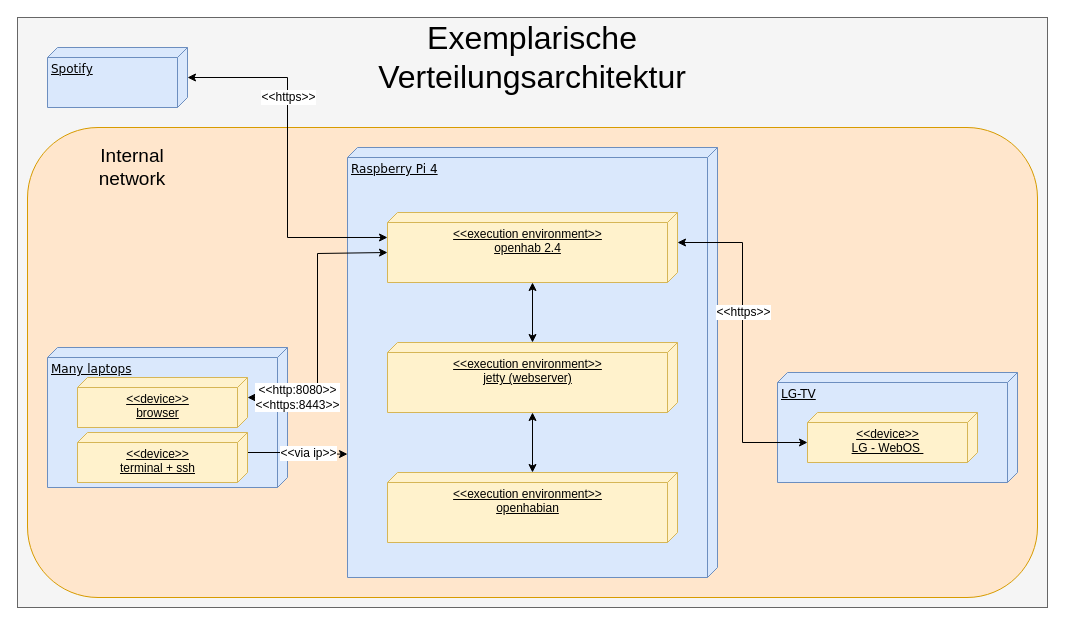
Before: vorlage-seminararbeiten-tex/figures/verteilungsarchitektur.drawio in LukasKiederle/seminar-sa-ws19-20, a draw.io diagram. Source tidied: cells renumbered, new cells numbered last; positions are measured from the earlier drawing's top-left corner, leaving out a move shared by most shapes. Both pictures are drawn from the tidied source at 100%, with x=0, y=0 at pixel (17, 17).
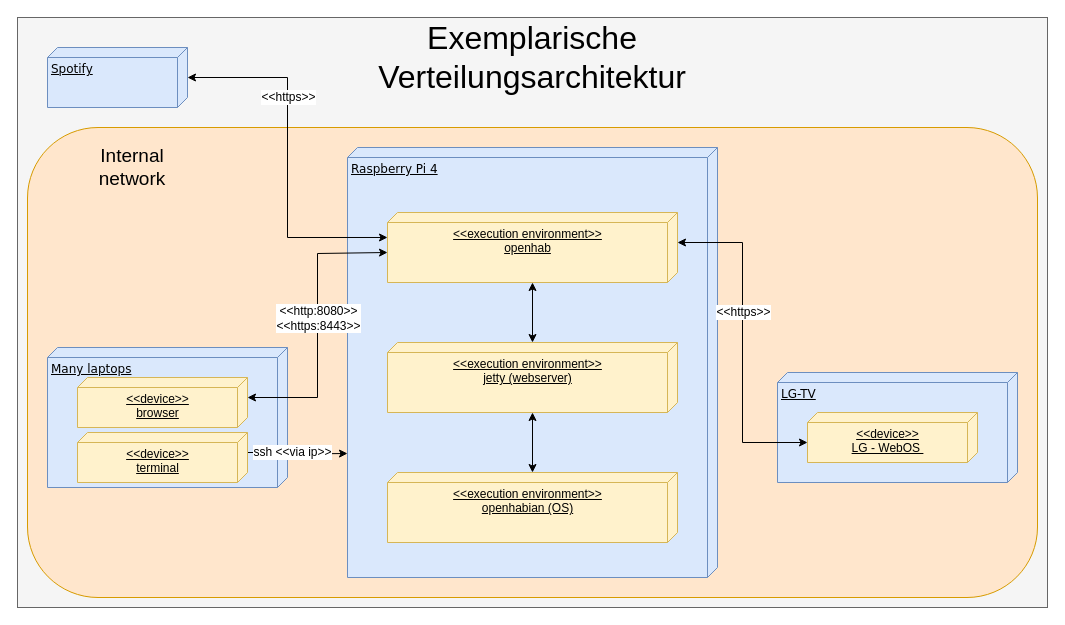
The same diagram, later.

The change refers to these unchanged cells:
```xml
<mxCell id="5" value="Raspberry Pi 4" style="verticalAlign=top;align=left;spacingTop=8;spacingLeft=2;spacingRight=12;shape=cube;size=10;direction=south;fontStyle=4;html=1;rounded=0;shadow=0;comic=0;labelBackgroundColor=none;strokeWidth=1;fontFamily=Verdana;fontSize=12;fillColor=#dae8fc;strokeColor=#6c8ebf;" parent="1" vertex="1">
  <mxGeometry x="330" y="130" width="370" height="430" as="geometry" />
</mxCell>
<mxCell id="14" style="edgeStyle=orthogonalEdgeStyle;rounded=0;jettySize=auto;html=1;exitX=0;exitY=0;exitDx=20;exitDy=0;exitPerimeter=0;entryX=0;entryY=0;entryDx=40;entryDy=290;entryPerimeter=0;startArrow=classic;startFill=1;" parent="1" edge="1" source="16" target="13">
  <mxGeometry relative="1" as="geometry">
    <Array as="points">
      <mxPoint x="300" y="380" />
      <mxPoint x="300" y="236" />
    </Array>
  </mxGeometry>
</mxCell>
```

Diff of the diagram source:
```diff
@@
-    <mxCell id="10" value="&amp;lt;&amp;lt;execution environment&amp;gt;&amp;gt;&lt;br&gt;openhabian" style="verticalAlign=top;align=center;spacingTop=8;spacingLeft=2;spacingRight=12;shape=cube;size=10;direction=south;fontStyle=4;html=1;fillColor=#fff2cc;strokeColor=#d6b656;" parent="1" vertex="1">
+    <mxCell id="10" value="&amp;lt;&amp;lt;execution environment&amp;gt;&amp;gt;&lt;br&gt;openhabian (OS)" style="verticalAlign=top;align=center;spacingTop=8;spacingLeft=2;spacingRight=12;shape=cube;size=10;direction=south;fontStyle=4;html=1;fillColor=#fff2cc;strokeColor=#d6b656;" parent="1" vertex="1">
       <mxGeometry x="370" y="455" width="290" height="70" as="geometry" />
     </mxCell>
@@
-    <mxCell id="13" value="&amp;lt;&amp;lt;execution environment&amp;gt;&amp;gt;&lt;br&gt;openhab 2.4" style="verticalAlign=top;align=center;spacingTop=8;spacingLeft=2;spacingRight=12;shape=cube;size=10;direction=south;fontStyle=4;html=1;fillColor=#fff2cc;strokeColor=#d6b656;" parent="1" vertex="1">
+    <mxCell id="13" value="&amp;lt;&amp;lt;execution environment&amp;gt;&amp;gt;&lt;br&gt;openhab" style="verticalAlign=top;align=center;spacingTop=8;spacingLeft=2;spacingRight=12;shape=cube;size=10;direction=south;fontStyle=4;html=1;fillColor=#fff2cc;strokeColor=#d6b656;" parent="1" vertex="1">
       <mxGeometry x="370" y="195" width="290" height="70" as="geometry" />
     </mxCell>
@@
     <mxCell id="15" value="&amp;lt;&amp;lt;http:8080&amp;gt;&amp;gt;&lt;br&gt;&amp;lt;&amp;lt;https:8443&amp;gt;&amp;gt;" style="text;html=1;align=center;verticalAlign=middle;labelBackgroundColor=#ffffff;" parent="14" vertex="1">
       <mxGeometry x="-0.19" y="11" relative="1" as="geometry">
-        <mxPoint x="-9.5" y="44.5" as="offset" />
+        <mxPoint x="11" y="-35" as="offset" />
       </mxGeometry>
     </mxCell>
@@
-    <mxCell id="17" style="edgeStyle=orthogonalEdgeStyle;rounded=0;jettySize=auto;html=1;exitX=0;exitY=0;exitDx=20;exitDy=0;exitPerimeter=0;entryX=0.713;entryY=1;entryDx=0;entryDy=0;entryPerimeter=0;" parent="1" edge="1" source="19" target="5">
-      <mxGeometry relative="1" as="geometry" />
+    <mxCell id="17" style="edgeStyle=orthogonalEdgeStyle;rounded=0;jettySize=auto;html=1;exitX=0;exitY=0;exitDx=20;exitDy=0;exitPerimeter=0;jumpSize=6;" parent="1" edge="1" source="19">
+      <mxGeometry relative="1" as="geometry">
+        <mxPoint x="330" y="436" as="targetPoint" />
+      </mxGeometry>
     </mxCell>
-    <mxCell id="18" value="&amp;lt;&amp;lt;via ip&amp;gt;&amp;gt;" style="text;html=1;align=center;verticalAlign=middle;labelBackgroundColor=#ffffff;" parent="17" vertex="1">
-      <mxGeometry x="0.23" y="1" relative="1" as="geometry" />
+    <mxCell id="18" value="ssh &amp;lt;&amp;lt;via ip&amp;gt;&amp;gt;" style="text;html=1;align=center;verticalAlign=middle;labelBackgroundColor=#ffffff;" parent="17" vertex="1">
+      <mxGeometry x="0.23" y="1" relative="1" as="geometry">
+        <mxPoint x="-16" y="-1" as="offset" />
+      </mxGeometry>
     </mxCell>
-    <mxCell id="19" value="&amp;lt;&amp;lt;device&amp;gt;&amp;gt;&lt;br&gt;terminal + ssh" style="verticalAlign=top;align=center;spacingTop=8;spacingLeft=2;spacingRight=12;shape=cube;size=10;direction=south;fontStyle=4;html=1;fillColor=#fff2cc;strokeColor=#d6b656;" parent="1" vertex="1">
+    <mxCell id="19" value="&amp;lt;&amp;lt;device&amp;gt;&amp;gt;&lt;br&gt;terminal" style="verticalAlign=top;align=center;spacingTop=8;spacingLeft=2;spacingRight=12;shape=cube;size=10;direction=south;fontStyle=4;html=1;fillColor=#fff2cc;strokeColor=#d6b656;" parent="1" vertex="1">
       <mxGeometry x="60" y="415" width="170" height="50" as="geometry" />
     </mxCell>
```
